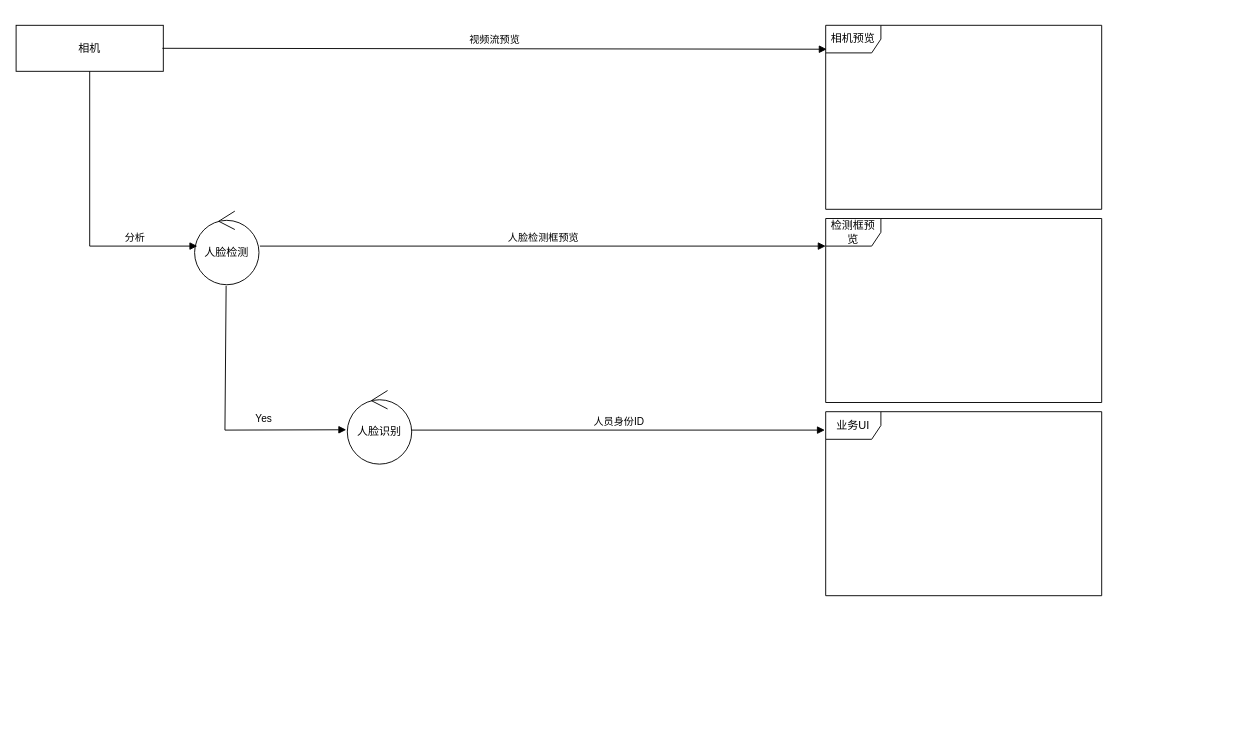
gziren/Android-Notes keeps this draw.io diagram as 相机UI流程.drawio. Above is the earlier version. Source tidied: cells renumbered, new cells numbered last; positions are measured from the earlier drawing's top-left corner, leaving out a move shared by most shapes. Both pictures are drawn from the tidied source at 92%, with x=0, y=0 at pixel (16, 25).
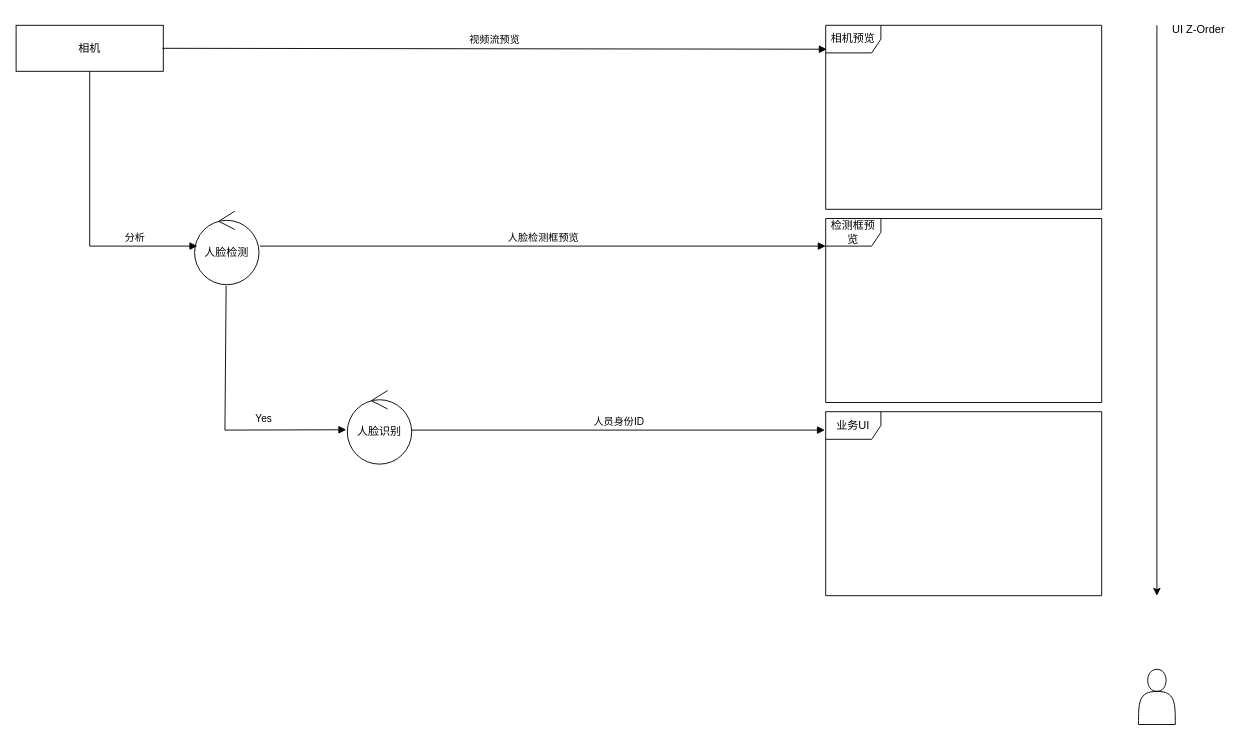
The same page after the edit.

Commit message:
更新相机UI流程.drawio

The edit, as a diff of the source:
```diff
@@
+    <mxCell id="13" style="endArrow=classic;html=1;rounded=0;" parent="1" edge="1">
+      <mxGeometry relative="1" as="geometry">
+        <mxPoint x="1240" as="sourcePoint" />
+        <mxPoint x="1240" y="620" as="targetPoint" />
+      </mxGeometry>
+    </mxCell>
+    <mxCell id="14" style="shape=actor;whiteSpace=wrap;html=1;" parent="1" vertex="1">
+      <mxGeometry x="1220" y="700" width="40" height="60" as="geometry" />
+    </mxCell>
+    <mxCell id="15" value="UI Z-Order" style="text;html=1;align=center;verticalAlign=middle;strokeColor=none;fillColor=none;" parent="1" vertex="1">
+      <mxGeometry x="1245" y="-10" width="80" height="30" as="geometry" />
+    </mxCell>
```
